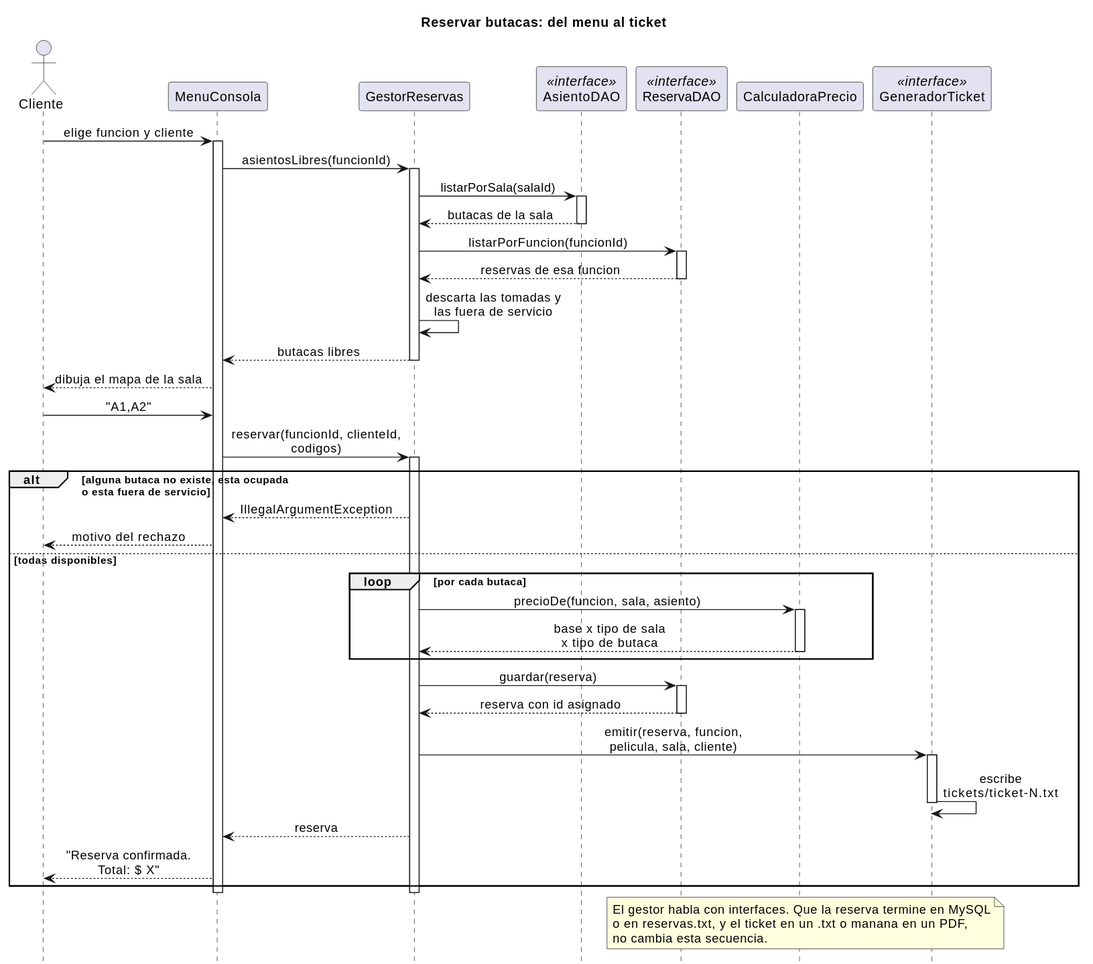
Earlier version of the PlantUML export cine-backend/docs/diagramas/secuencia-reserva.svg (andreiveisuade/cine-uade).
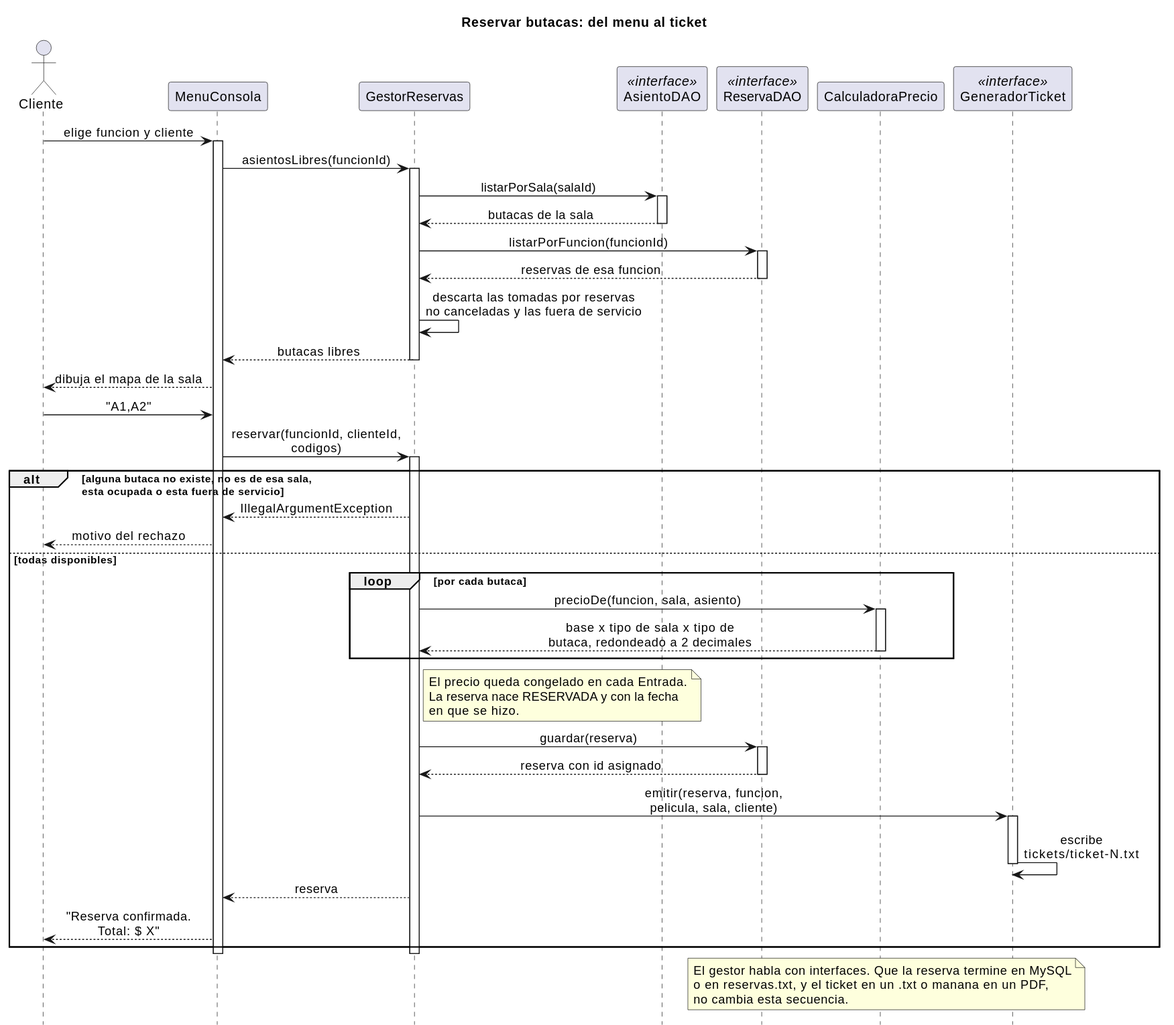
After the change.

The edit, as a diff of the source:
```diff
@@ -25,7 +25,7 @@
 activate DAO
 DAO --> Gestor : reservas de esa funcion
 deactivate DAO
-Gestor -> Gestor : descarta las tomadas y\nlas fuera de servicio
+Gestor -> Gestor : descarta las tomadas por reservas\nno canceladas y las fuera de servicio
 Gestor --> UI : butacas libres
 deactivate Gestor
 
@@ -35,16 +35,22 @@
 UI -> Gestor : reservar(funcionId, clienteId,\ncodigos)
 activate Gestor
 
-alt alguna butaca no existe, esta ocupada\no esta fuera de servicio
+alt alguna butaca no existe, no es de esa sala,\nesta ocupada o esta fuera de servicio
   Gestor --> UI : IllegalArgumentException
   UI --> Cliente : motivo del rechazo
 else todas disponibles
   loop por cada butaca
     Gestor -> Precio : precioDe(funcion, sala, asiento)
     activate Precio
-    Precio --> Gestor : base x tipo de sala\nx tipo de butaca
+    Precio --> Gestor : base x tipo de sala x tipo de\nbutaca, redondeado a 2 decimales
     deactivate Precio
   end
+
+  note right of Gestor
+    El precio queda congelado en cada Entrada.
+    La reserva nace RESERVADA y con la fecha
+    en que se hizo.
+  end note
 
   Gestor -> DAO : guardar(reserva)
   activate DAO
```
